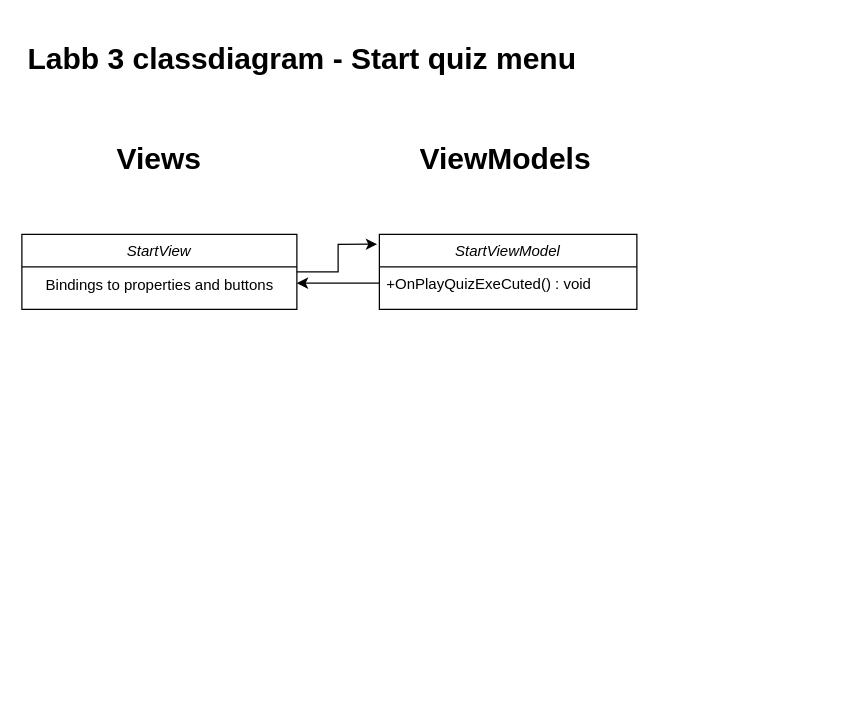
Before: Labb3-Ressurrection/Views/Namnlöst diagram.drawio in MagSandberg/Labb3-Ressurrection, a draw.io diagram. Source tidied: cells renumbered, new cells numbered last; positions are measured from the earlier drawing's top-left corner, leaving out a move shared by most shapes. Both pictures are drawn from the tidied source at 125%, with x=0, y=0 at pixel (21, 34).
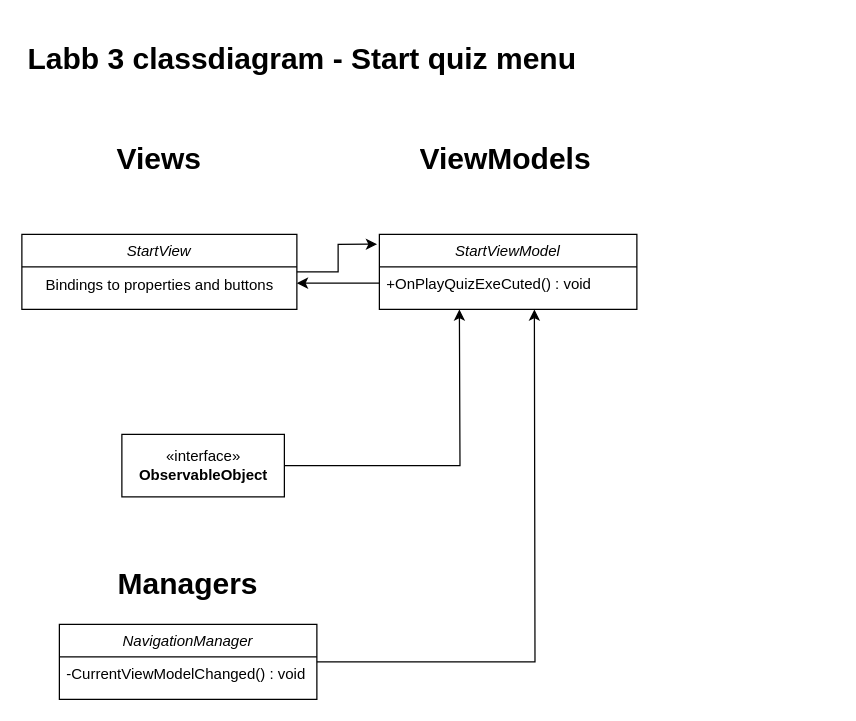
After the change.

Diff of the diagram source:
```diff
@@
 <mxGraphModel>
   <root>
     <mxCell id="0" />
     <mxCell id="1" parent="0" />
     <mxCell id="2" value="&lt;h1&gt;Labb 3 classdiagram - Start quiz menu&lt;/h1&gt;" style="text;html=1;strokeColor=none;fillColor=none;spacing=5;spacingTop=-20;whiteSpace=wrap;overflow=hidden;rounded=0;" parent="1" vertex="1">
       <mxGeometry width="650" height="50" as="geometry" />
     </mxCell>
     <mxCell id="3" value="&lt;h1&gt;Views&lt;/h1&gt;" style="text;html=1;strokeColor=none;fillColor=none;spacing=5;spacingTop=-20;whiteSpace=wrap;overflow=hidden;rounded=0;align=center;" parent="1" vertex="1">
       <mxGeometry x="60" y="80" width="100" height="40" as="geometry" />
     </mxCell>
     <mxCell id="4" value="&lt;h1&gt;ViewModels&lt;/h1&gt;" style="text;html=1;strokeColor=none;fillColor=none;spacing=5;spacingTop=-20;whiteSpace=wrap;overflow=hidden;rounded=0;align=center;" parent="1" vertex="1">
       <mxGeometry x="282" y="80" width="210" height="40" as="geometry" />
     </mxCell>
     <mxCell id="5" value="StartViewModel" style="swimlane;fontStyle=2;align=center;verticalAlign=top;horizontal=1;startSize=26;rounded=0;shadow=0;strokeWidth=1;" parent="1" vertex="1">
       <mxGeometry x="286" y="160" width="206" height="60" as="geometry" />
     </mxCell>
     <mxCell id="6" value="+OnPlayQuizExeCuted() : void" style="text;align=left;verticalAlign=top;spacingLeft=4;spacingRight=4;overflow=hidden;points=[[0,0.5],[1,0.5]];portConstraint=eastwest;" parent="5" vertex="1">
       <mxGeometry y="26" width="206" height="26" as="geometry" />
     </mxCell>
     <mxCell id="7" style="edgeStyle=orthogonalEdgeStyle;rounded=0;jettySize=auto;html=1;entryX=-0.009;entryY=0.131;entryDx=0;entryDy=0;entryPerimeter=0;" parent="1" edge="1" source="8" target="5">
       <mxGeometry relative="1" as="geometry" />
     </mxCell>
     <mxCell id="8" value="StartView" style="swimlane;fontStyle=2;align=center;verticalAlign=top;horizontal=1;startSize=26;rounded=0;shadow=0;strokeWidth=1;" parent="1" vertex="1">
       <mxGeometry y="160" width="220" height="60" as="geometry" />
     </mxCell>
     <mxCell id="9" value="Bindings to properties and buttons" style="text;html=1;align=center;verticalAlign=middle;strokeColor=none;fillColor=none;" parent="8" vertex="1">
       <mxGeometry y="26" width="220" height="30" as="geometry" />
     </mxCell>
     <mxCell id="10" style="edgeStyle=orthogonalEdgeStyle;rounded=0;jettySize=auto;html=1;entryX=1;entryY=0.5;entryDx=0;entryDy=0;" parent="1" edge="1" source="6">
       <mxGeometry relative="1" as="geometry">
         <mxPoint x="220" y="199" as="targetPoint" />
       </mxGeometry>
     </mxCell>
+    <mxCell id="11" style="edgeStyle=orthogonalEdgeStyle;rounded=0;jettySize=auto;html=1;" parent="1" edge="1" source="12">
+      <mxGeometry relative="1" as="geometry">
+        <mxPoint x="350" y="220" as="targetPoint" />
+      </mxGeometry>
+    </mxCell>
+    <mxCell id="12" value="«interface»&lt;br&gt;&lt;b&gt;ObservableObject&lt;/b&gt;" style="html=1;" parent="1" vertex="1">
+      <mxGeometry x="80" y="320" width="130" height="50" as="geometry" />
+    </mxCell>
+    <mxCell id="13" style="edgeStyle=orthogonalEdgeStyle;rounded=0;jettySize=auto;html=1;" parent="1" edge="1" source="14">
+      <mxGeometry relative="1" as="geometry">
+        <mxPoint x="410" y="220" as="targetPoint" />
+      </mxGeometry>
+    </mxCell>
+    <mxCell id="14" value="NavigationManager" style="swimlane;fontStyle=2;align=center;verticalAlign=top;horizontal=1;startSize=26;rounded=0;shadow=0;strokeWidth=1;" parent="1" vertex="1">
+      <mxGeometry x="30" y="472" width="206" height="60" as="geometry" />
+    </mxCell>
+    <mxCell id="15" value="-CurrentViewModelChanged() : void" style="text;align=left;verticalAlign=top;spacingLeft=4;spacingRight=4;overflow=hidden;" parent="14" vertex="1">
+      <mxGeometry y="26" width="206" height="26" as="geometry" />
+    </mxCell>
+    <mxCell id="16" value="&lt;h1&gt;Managers&lt;/h1&gt;" style="text;html=1;strokeColor=none;fillColor=none;spacing=5;spacingTop=-20;whiteSpace=wrap;overflow=hidden;rounded=0;align=center;" parent="1" vertex="1">
+      <mxGeometry x="28" y="420" width="210" height="40" as="geometry" />
+    </mxCell>
   </root>
 </mxGraphModel>
```
